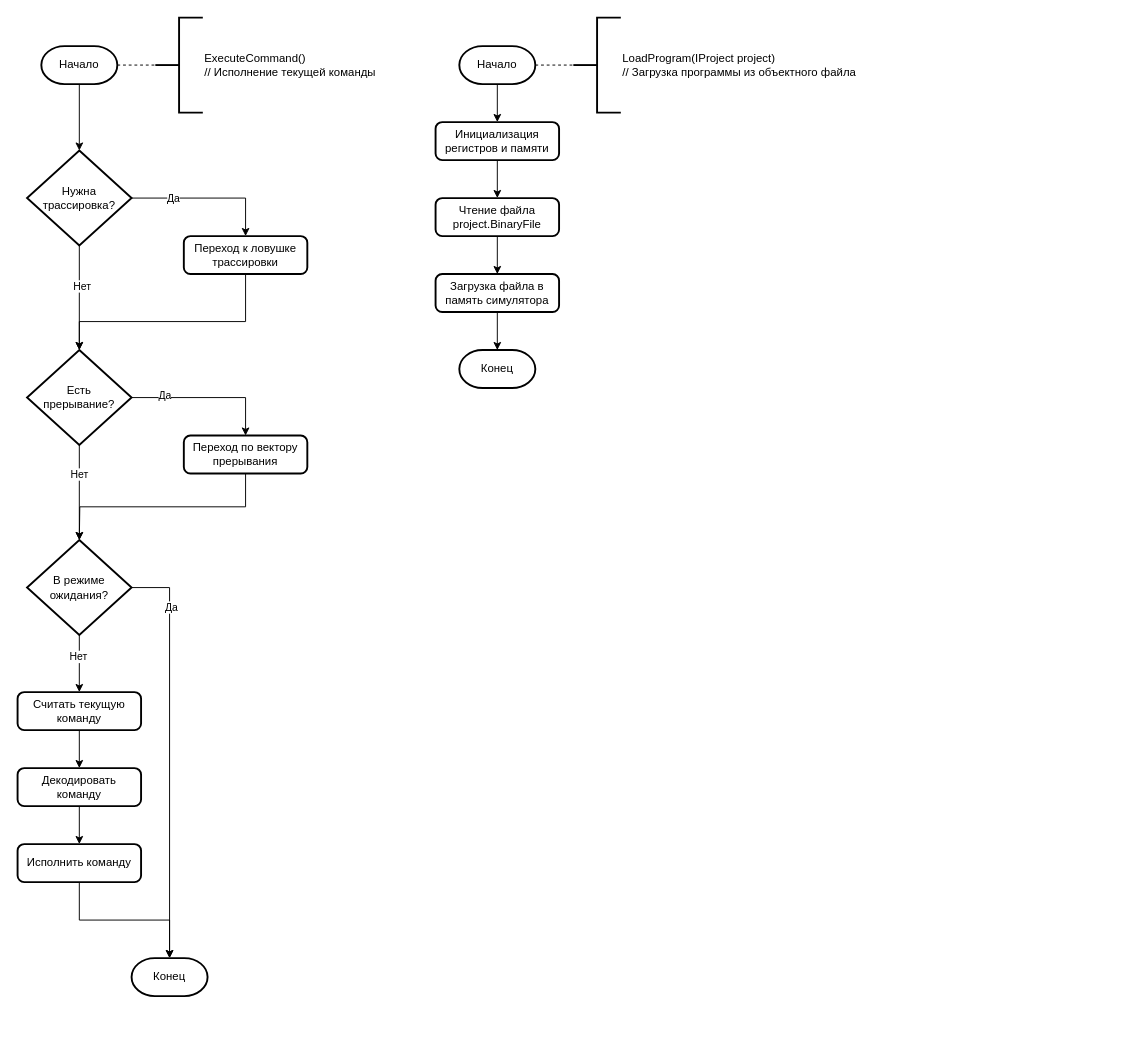
Above: page "Исполнитель" (2 of 3) of docs/Блок-схемы/algorithms.drawio in mrypdm/asvt_sem7_kursach (draw.io), before the change. Source tidied: cells renumbered, new cells numbered last; positions are measured from the earlier drawing's top-left corner, leaving out a move shared by most shapes. Both pictures are drawn from the tidied source at 95%, with x=0, y=0 at pixel (17, 17).
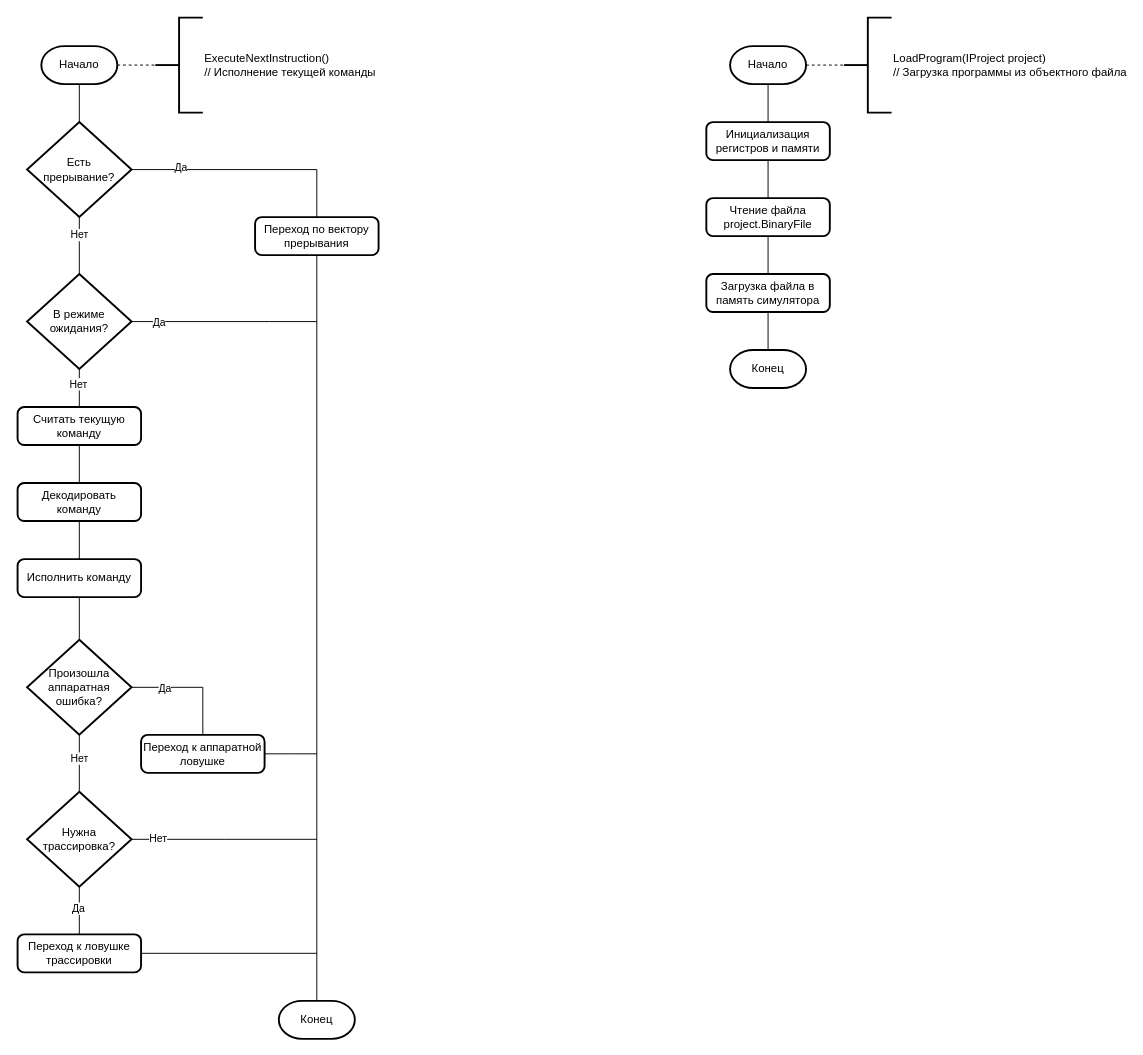
The same diagram, later.

The change refers to these unchanged cells:
```xml
<mxCell id="4" value="Начало" style="strokeWidth=2;html=1;shape=mxgraph.flowchart.terminator;whiteSpace=wrap;" parent="1" vertex="1">
  <mxGeometry x="25" y="30" width="80" height="40" as="geometry" />
</mxCell>
```

Diff of the diagram source:
```diff
@@
-    <mxCell id="3" style="edgeStyle=orthogonalEdgeStyle;rounded=0;jettySize=auto;html=1;" parent="1" edge="1" source="4" target="18">
-      <mxGeometry relative="1" as="geometry" />
-    </mxCell>
@@
-    <mxCell id="5" value="ExecuteCommand()&lt;br&gt;// Исполнение текущей команды" style="strokeWidth=2;html=1;shape=mxgraph.flowchart.annotation_2;align=left;labelPosition=right;" parent="1" vertex="1">
+    <mxCell id="5" value="ExecuteNextInstruction()&lt;br&gt;// Исполнение текущей команды" style="strokeWidth=2;html=1;shape=mxgraph.flowchart.annotation_2;align=left;labelPosition=right;" parent="1" vertex="1">
       <mxGeometry x="145" width="50" height="100" as="geometry" />
     </mxCell>
@@
-    <mxCell id="7" style="edgeStyle=orthogonalEdgeStyle;rounded=0;jettySize=auto;html=1;" parent="1" edge="1" source="8" target="15">
+    <mxCell id="7" style="edgeStyle=orthogonalEdgeStyle;rounded=0;jettySize=auto;html=1;endArrow=none;endFill=0;" parent="1" edge="1" source="8" target="15">
       <mxGeometry relative="1" as="geometry" />
     </mxCell>
     <mxCell id="8" value="Начало" style="strokeWidth=2;html=1;shape=mxgraph.flowchart.terminator;whiteSpace=wrap;" parent="1" vertex="1">
-      <mxGeometry x="465" y="30" width="80" height="40" as="geometry" />
+      <mxGeometry x="750" y="30" width="80" height="40" as="geometry" />
     </mxCell>
     <mxCell id="9" value="LoadProgram(IProject project)&lt;br&gt;// Загрузка программы из объектного файла" style="strokeWidth=2;html=1;shape=mxgraph.flowchart.annotation_2;align=left;labelPosition=right;" parent="1" vertex="1">
-      <mxGeometry x="585" width="50" height="100" as="geometry" />
+      <mxGeometry x="870" width="50" height="100" as="geometry" />
     </mxCell>
-    <mxCell id="10" style="edgeStyle=orthogonalEdgeStyle;rounded=0;jettySize=auto;html=1;" parent="1" edge="1" source="11" target="13">
+    <mxCell id="10" style="edgeStyle=orthogonalEdgeStyle;rounded=0;jettySize=auto;html=1;endArrow=none;endFill=0;" parent="1" edge="1" source="11" target="13">
       <mxGeometry relative="1" as="geometry" />
     </mxCell>
     <mxCell id="11" value="Чтение файла project.BinaryFile" style="rounded=1;whiteSpace=wrap;html=1;absoluteArcSize=1;arcSize=14;strokeWidth=2;" parent="1" vertex="1">
-      <mxGeometry x="440" y="190" width="130" height="40" as="geometry" />
+      <mxGeometry x="725" y="190" width="130" height="40" as="geometry" />
     </mxCell>
-    <mxCell id="12" style="edgeStyle=orthogonalEdgeStyle;rounded=0;jettySize=auto;html=1;" parent="1" edge="1" source="13" target="38">
+    <mxCell id="12" style="edgeStyle=orthogonalEdgeStyle;rounded=0;jettySize=auto;html=1;endArrow=none;endFill=0;" parent="1" edge="1" source="13" target="38">
       <mxGeometry relative="1" as="geometry" />
     </mxCell>
     <mxCell id="13" value="Загрузка файла в память симулятора" style="rounded=1;whiteSpace=wrap;html=1;absoluteArcSize=1;arcSize=14;strokeWidth=2;" parent="1" vertex="1">
-      <mxGeometry x="440" y="270" width="130" height="40" as="geometry" />
+      <mxGeometry x="725" y="270" width="130" height="40" as="geometry" />
     </mxCell>
-    <mxCell id="14" style="edgeStyle=orthogonalEdgeStyle;rounded=0;jettySize=auto;html=1;" parent="1" edge="1" source="15" target="11">
+    <mxCell id="14" style="edgeStyle=orthogonalEdgeStyle;rounded=0;jettySize=auto;html=1;endArrow=none;endFill=0;" parent="1" edge="1" source="15" target="11">
       <mxGeometry relative="1" as="geometry" />
     </mxCell>
     <mxCell id="15" value="Инициализация регистров и памяти" style="rounded=1;whiteSpace=wrap;html=1;absoluteArcSize=1;arcSize=14;strokeWidth=2;" parent="1" vertex="1">
-      <mxGeometry x="440" y="110" width="130" height="40" as="geometry" />
+      <mxGeometry x="725" y="110" width="130" height="40" as="geometry" />
     </mxCell>
-    <mxCell id="16" style="edgeStyle=orthogonalEdgeStyle;rounded=0;jettySize=auto;html=1;entryX=0.5;entryY=0;entryDx=0;entryDy=0;" parent="1" edge="1" source="18" target="19">
+    <mxCell id="16" style="edgeStyle=orthogonalEdgeStyle;rounded=0;jettySize=auto;html=1;endArrow=none;endFill=0;" parent="1" edge="1" source="18" target="19">
       <mxGeometry relative="1" as="geometry" />
     </mxCell>
-    <mxCell id="17" value="Да" style="edgeLabel;html=1;align=center;verticalAlign=middle;" parent="16" vertex="1">
-      <mxGeometry x="-0.46" relative="1" as="geometry" />
-    </mxCell>
+    <mxCell id="43" value="Да" style="edgeLabel;html=1;align=center;verticalAlign=middle;" parent="16" vertex="1">
+      <mxGeometry x="-0.14" y="-2" relative="1" as="geometry" />
+    </mxCell>
+    <mxCell id="44" style="edgeStyle=orthogonalEdgeStyle;rounded=0;jettySize=auto;html=1;exitX=1;exitY=0.5;exitDx=0;exitDy=0;exitPerimeter=0;endArrow=none;endFill=0;" parent="1" edge="1" source="18">
+      <mxGeometry relative="1" as="geometry">
+        <mxPoint x="315" y="865" as="targetPoint" />
+      </mxGeometry>
+    </mxCell>
+    <mxCell id="45" value="Нет" style="edgeLabel;html=1;align=center;verticalAlign=middle;" parent="44" vertex="1">
+      <mxGeometry x="-0.72" y="2" relative="1" as="geometry" />
+    </mxCell>
     <mxCell id="18" value="Нужна трассировка?" style="strokeWidth=2;html=1;shape=mxgraph.flowchart.decision;whiteSpace=wrap;" parent="1" vertex="1">
-      <mxGeometry x="10" y="140" width="110" height="100" as="geometry" />
+      <mxGeometry x="10" y="815" width="110" height="100" as="geometry" />
     </mxCell>
+    <mxCell id="46" style="edgeStyle=orthogonalEdgeStyle;rounded=0;jettySize=auto;html=1;exitX=1;exitY=0.5;exitDx=0;exitDy=0;endArrow=none;endFill=0;" parent="1" edge="1" source="19">
+      <mxGeometry relative="1" as="geometry">
+        <mxPoint x="315" y="985" as="targetPoint" />
+      </mxGeometry>
+    </mxCell>
     <mxCell id="19" value="Переход к ловушке трассировки" style="rounded=1;whiteSpace=wrap;html=1;absoluteArcSize=1;arcSize=14;strokeWidth=2;" parent="1" vertex="1">
-      <mxGeometry x="175" y="230" width="130" height="40" as="geometry" />
+      <mxGeometry y="965" width="130" height="40" as="geometry" />
     </mxCell>
-    <mxCell id="20" style="edgeStyle=orthogonalEdgeStyle;rounded=0;jettySize=auto;html=1;entryX=0.5;entryY=0;entryDx=0;entryDy=0;" parent="1" edge="1" source="22" target="24">
+    <mxCell id="20" style="edgeStyle=orthogonalEdgeStyle;rounded=0;jettySize=auto;html=1;entryX=0.5;entryY=0;entryDx=0;entryDy=0;endArrow=none;endFill=0;" parent="1" edge="1" source="22" target="24">
       <mxGeometry relative="1" as="geometry" />
     </mxCell>
@@
     <mxCell id="22" value="Есть&lt;br&gt;прерывание?" style="strokeWidth=2;html=1;shape=mxgraph.flowchart.decision;whiteSpace=wrap;" parent="1" vertex="1">
-      <mxGeometry x="10" y="350" width="110" height="100" as="geometry" />
+      <mxGeometry x="10" y="110" width="110" height="100" as="geometry" />
     </mxCell>
-    <mxCell id="23" style="edgeStyle=orthogonalEdgeStyle;rounded=0;jettySize=auto;html=1;exitX=0.5;exitY=1;exitDx=0;exitDy=0;" parent="1" edge="1" source="24">
-      <mxGeometry relative="1" as="geometry">
-        <mxPoint x="65" y="550" as="targetPoint" />
-      </mxGeometry>
-    </mxCell>
     <mxCell id="24" value="Переход по вектору прерывания" style="rounded=1;whiteSpace=wrap;html=1;absoluteArcSize=1;arcSize=14;strokeWidth=2;" parent="1" vertex="1">
-      <mxGeometry x="175" y="440" width="130" height="40" as="geometry" />
+      <mxGeometry x="250" y="210" width="130" height="40" as="geometry" />
     </mxCell>
-    <mxCell id="25" style="edgeStyle=orthogonalEdgeStyle;rounded=0;jettySize=auto;html=1;entryX=0.5;entryY=0;entryDx=0;entryDy=0;entryPerimeter=0;" parent="1" edge="1" source="18" target="22">
-      <mxGeometry relative="1" as="geometry" />
-    </mxCell>
-    <mxCell id="26" value="Нет" style="edgeLabel;html=1;align=center;verticalAlign=middle;" parent="25" vertex="1">
-      <mxGeometry x="-0.24" y="2" relative="1" as="geometry" />
-    </mxCell>
-    <mxCell id="27" style="edgeStyle=orthogonalEdgeStyle;rounded=0;jettySize=auto;html=1;entryX=0.5;entryY=0;entryDx=0;entryDy=0;entryPerimeter=0;" parent="1" edge="1" source="19" target="22">
-      <mxGeometry relative="1" as="geometry">
-        <Array as="points">
-          <mxPoint x="240" y="320" />
-          <mxPoint x="65" y="320" />
-        </Array>
-      </mxGeometry>
-    </mxCell>
-    <mxCell id="28" style="edgeStyle=orthogonalEdgeStyle;rounded=0;jettySize=auto;html=1;" parent="1" edge="1" source="30" target="34">
+    <mxCell id="28" style="edgeStyle=orthogonalEdgeStyle;rounded=0;jettySize=auto;html=1;endArrow=none;endFill=0;" parent="1" edge="1" source="30" target="34">
       <mxGeometry relative="1" as="geometry" />
     </mxCell>
@@
+    <mxCell id="47" style="edgeStyle=orthogonalEdgeStyle;rounded=0;jettySize=auto;html=1;exitX=1;exitY=0.5;exitDx=0;exitDy=0;exitPerimeter=0;endArrow=none;endFill=0;" parent="1" edge="1" source="30">
+      <mxGeometry relative="1" as="geometry">
+        <mxPoint x="315" y="320" as="targetPoint" />
+        <Array as="points">
+          <mxPoint x="265" y="320" />
+          <mxPoint x="265" y="320" />
+        </Array>
+      </mxGeometry>
+    </mxCell>
+    <mxCell id="48" value="Да" style="edgeLabel;html=1;align=center;verticalAlign=middle;" parent="47" vertex="1">
+      <mxGeometry x="-0.71" relative="1" as="geometry" />
+    </mxCell>
     <mxCell id="30" value="В режиме ожидания?" style="strokeWidth=2;html=1;shape=mxgraph.flowchart.decision;whiteSpace=wrap;" parent="1" vertex="1">
-      <mxGeometry x="10" y="550" width="110" height="100" as="geometry" />
+      <mxGeometry x="10" y="270" width="110" height="100" as="geometry" />
     </mxCell>
-    <mxCell id="31" style="edgeStyle=orthogonalEdgeStyle;rounded=0;jettySize=auto;html=1;entryX=0.5;entryY=0;entryDx=0;entryDy=0;entryPerimeter=0;" parent="1" edge="1" source="22" target="30">
+    <mxCell id="31" style="edgeStyle=orthogonalEdgeStyle;rounded=0;jettySize=auto;html=1;entryX=0.5;entryY=0;entryDx=0;entryDy=0;entryPerimeter=0;endArrow=none;endFill=0;" parent="1" edge="1" source="22" target="30">
       <mxGeometry relative="1" as="geometry" />
     </mxCell>
@@
-    <mxCell id="33" style="edgeStyle=orthogonalEdgeStyle;rounded=0;jettySize=auto;html=1;" parent="1" edge="1" source="34" target="36">
+    <mxCell id="33" style="edgeStyle=orthogonalEdgeStyle;rounded=0;jettySize=auto;html=1;endArrow=none;endFill=0;" parent="1" edge="1" source="34" target="36">
       <mxGeometry relative="1" as="geometry" />
     </mxCell>
     <mxCell id="34" value="Считать текущую команду" style="rounded=1;whiteSpace=wrap;html=1;absoluteArcSize=1;arcSize=14;strokeWidth=2;" parent="1" vertex="1">
-      <mxGeometry y="710" width="130" height="40" as="geometry" />
+      <mxGeometry y="410" width="130" height="40" as="geometry" />
     </mxCell>
-    <mxCell id="35" style="edgeStyle=orthogonalEdgeStyle;rounded=0;jettySize=auto;html=1;" parent="1" edge="1" source="36" target="37">
+    <mxCell id="35" style="edgeStyle=orthogonalEdgeStyle;rounded=0;jettySize=auto;html=1;endArrow=none;endFill=0;" parent="1" edge="1" source="36" target="37">
       <mxGeometry relative="1" as="geometry" />
     </mxCell>
     <mxCell id="36" value="Декодировать&lt;br&gt;команду" style="rounded=1;whiteSpace=wrap;html=1;absoluteArcSize=1;arcSize=14;strokeWidth=2;" parent="1" vertex="1">
-      <mxGeometry y="790" width="130" height="40" as="geometry" />
+      <mxGeometry y="490" width="130" height="40" as="geometry" />
     </mxCell>
     <mxCell id="37" value="Исполнить команду" style="rounded=1;whiteSpace=wrap;html=1;absoluteArcSize=1;arcSize=14;strokeWidth=2;" parent="1" vertex="1">
-      <mxGeometry y="870" width="130" height="40" as="geometry" />
+      <mxGeometry y="570" width="130" height="40" as="geometry" />
     </mxCell>
     <mxCell id="38" value="Конец" style="strokeWidth=2;html=1;shape=mxgraph.flowchart.terminator;whiteSpace=wrap;" parent="1" vertex="1">
-      <mxGeometry x="465" y="350" width="80" height="40" as="geometry" />
+      <mxGeometry x="750" y="350" width="80" height="40" as="geometry" />
     </mxCell>
+    <mxCell id="49" style="edgeStyle=orthogonalEdgeStyle;rounded=0;jettySize=auto;html=1;exitX=0.5;exitY=1;exitDx=0;exitDy=0;exitPerimeter=0;entryX=0.5;entryY=0;entryDx=0;entryDy=0;entryPerimeter=0;endArrow=none;endFill=0;" parent="1" edge="1" source="4" target="22">
+      <mxGeometry relative="1" as="geometry" />
+    </mxCell>
     <mxCell id="39" value="Конец" style="strokeWidth=2;html=1;shape=mxgraph.flowchart.terminator;whiteSpace=wrap;" parent="1" vertex="1">
-      <mxGeometry x="120" y="990" width="80" height="40" as="geometry" />
+      <mxGeometry x="275" y="1035" width="80" height="40" as="geometry" />
     </mxCell>
-    <mxCell id="40" style="edgeStyle=orthogonalEdgeStyle;rounded=0;jettySize=auto;html=1;entryX=0.5;entryY=0;entryDx=0;entryDy=0;entryPerimeter=0;" parent="1" edge="1" source="37" target="39">
-      <mxGeometry relative="1" as="geometry" />
-    </mxCell>
-    <mxCell id="41" style="edgeStyle=orthogonalEdgeStyle;rounded=0;jettySize=auto;html=1;entryX=0.5;entryY=0;entryDx=0;entryDy=0;entryPerimeter=0;" parent="1" edge="1" source="30" target="39">
-      <mxGeometry relative="1" as="geometry">
-        <Array as="points">
-          <mxPoint x="160" y="600" />
-        </Array>
-      </mxGeometry>
-    </mxCell>
-    <mxCell id="42" value="Да" style="edgeLabel;html=1;align=center;verticalAlign=middle;" parent="41" vertex="1">
-      <mxGeometry x="-0.72" y="1" relative="1" as="geometry" />
-    </mxCell>
+    <mxCell id="50" style="edgeStyle=orthogonalEdgeStyle;rounded=0;jettySize=auto;html=1;exitX=1;exitY=0.5;exitDx=0;exitDy=0;exitPerimeter=0;entryX=0.5;entryY=0;entryDx=0;entryDy=0;endArrow=none;endFill=0;" parent="1" edge="1" source="52" target="57">
+      <mxGeometry relative="1" as="geometry" />
+    </mxCell>
+    <mxCell id="51" value="Да" style="edgeLabel;html=1;align=center;verticalAlign=middle;" parent="50" vertex="1">
+      <mxGeometry x="-0.8" y="-1" relative="1" as="geometry">
+        <mxPoint x="22" y="-1" as="offset" />
+      </mxGeometry>
+    </mxCell>
+    <mxCell id="52" value="Произошла аппаратная ошибка?" style="strokeWidth=2;html=1;shape=mxgraph.flowchart.decision;whiteSpace=wrap;" parent="1" vertex="1">
+      <mxGeometry x="10" y="655" width="110" height="100" as="geometry" />
+    </mxCell>
+    <mxCell id="53" style="edgeStyle=orthogonalEdgeStyle;rounded=0;jettySize=auto;html=1;exitX=0.5;exitY=1;exitDx=0;exitDy=0;entryX=0.5;entryY=0;entryDx=0;entryDy=0;entryPerimeter=0;endArrow=none;endFill=0;" parent="1" edge="1" source="37" target="52">
+      <mxGeometry relative="1" as="geometry" />
+    </mxCell>
+    <mxCell id="54" style="edgeStyle=orthogonalEdgeStyle;rounded=0;jettySize=auto;html=1;exitX=0.5;exitY=1;exitDx=0;exitDy=0;exitPerimeter=0;entryX=0.5;entryY=0;entryDx=0;entryDy=0;entryPerimeter=0;endArrow=none;endFill=0;" parent="1" edge="1" source="52" target="18">
+      <mxGeometry relative="1" as="geometry" />
+    </mxCell>
+    <mxCell id="55" value="Нет" style="edgeLabel;html=1;align=center;verticalAlign=middle;" parent="54" vertex="1">
+      <mxGeometry x="-0.2" y="-1" relative="1" as="geometry" />
+    </mxCell>
+    <mxCell id="56" style="edgeStyle=orthogonalEdgeStyle;rounded=0;jettySize=auto;html=1;exitX=1;exitY=0.5;exitDx=0;exitDy=0;endArrow=none;endFill=0;" parent="1" edge="1" source="57">
+      <mxGeometry relative="1" as="geometry">
+        <mxPoint x="315" y="775" as="targetPoint" />
+      </mxGeometry>
+    </mxCell>
+    <mxCell id="57" value="Переход к аппаратной ловушке" style="rounded=1;whiteSpace=wrap;html=1;absoluteArcSize=1;arcSize=14;strokeWidth=2;" parent="1" vertex="1">
+      <mxGeometry x="130" y="755" width="130" height="40" as="geometry" />
+    </mxCell>
+    <mxCell id="58" style="edgeStyle=orthogonalEdgeStyle;rounded=0;jettySize=auto;html=1;entryX=0.5;entryY=0;entryDx=0;entryDy=0;entryPerimeter=0;endArrow=none;endFill=0;" parent="1" edge="1" source="24" target="39">
+      <mxGeometry relative="1" as="geometry" />
+    </mxCell>
```
